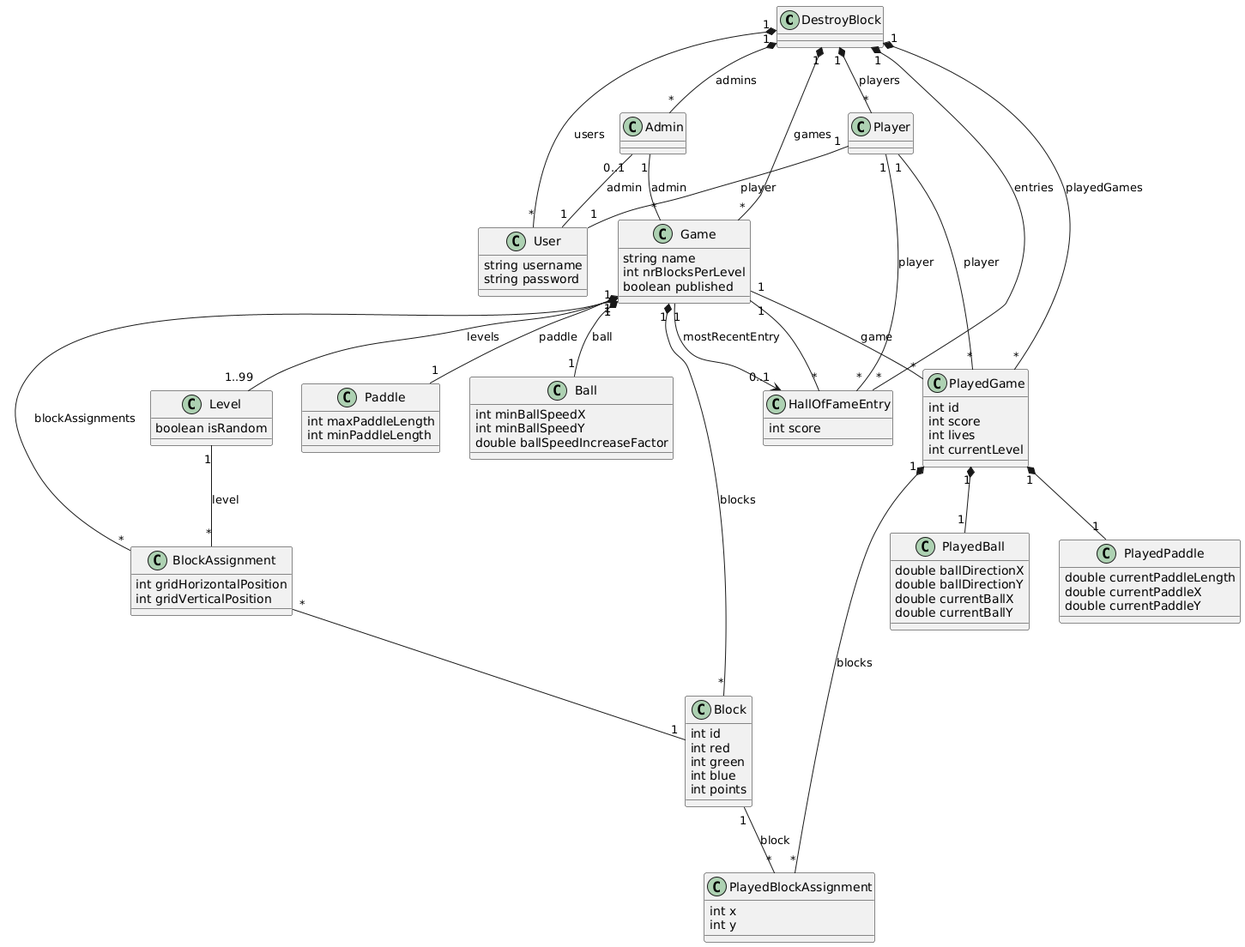
Charlotte-Verbruggen/GoldenUMLmodelset keeps this PlantUML diagram as dataset/DestroyBlockGame/plantuml.png. Above is the earlier version.
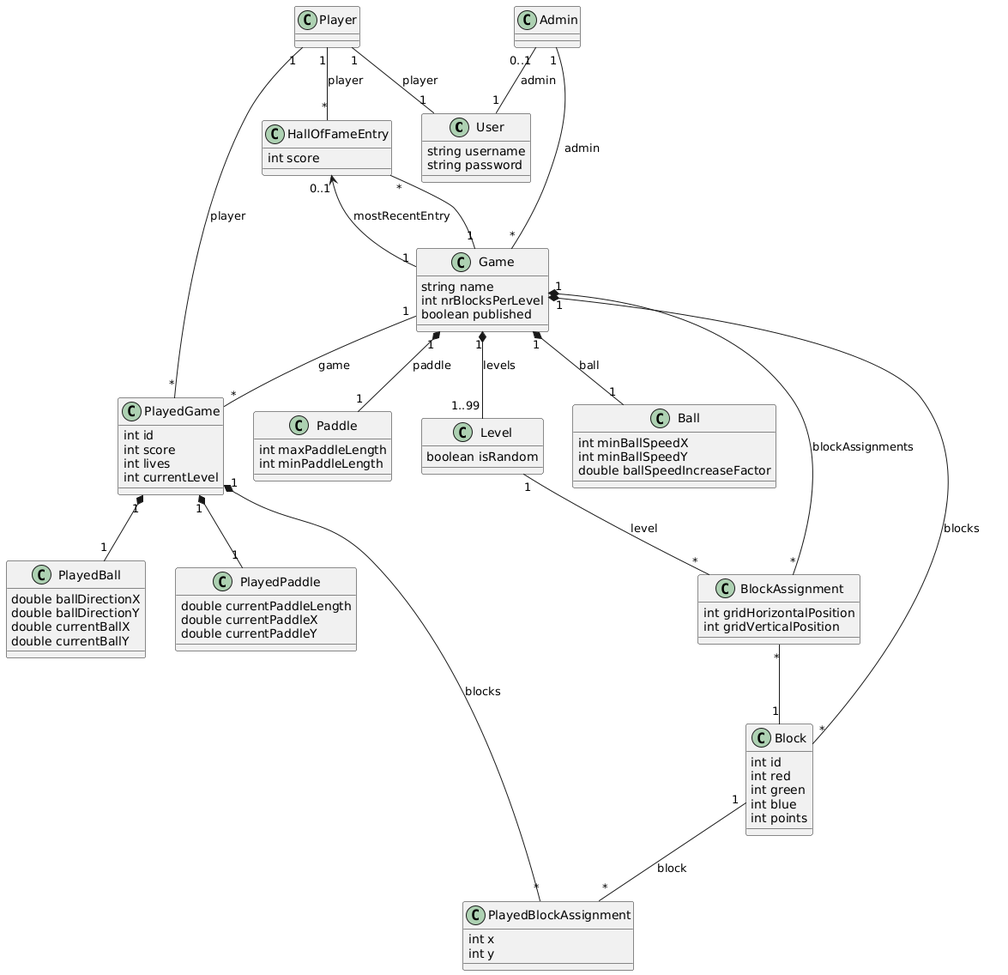
The same diagram one commit later.

Diff of the diagram source:
```diff
@@ -1,6 +1,4 @@
 @startuml
-class DestroyBlock {}
-
 class User {
     string username
     string password
@@ -72,12 +70,6 @@
 class Player {}
 class Admin {}
 
-DestroyBlock "1" *-- "*" User : users
-DestroyBlock "1" *-- "*" Admin : admins
-DestroyBlock "1" *-- "*" Player : players
-DestroyBlock "1" *-- "*" Game : games
-DestroyBlock "1" *-- "*" PlayedGame : playedGames
-DestroyBlock "1" *-- "*" HallOfFameEntry : entries
 
 Game "1" *-- "*" Block : blocks
 Game "1" *-- "1" Paddle : paddle
@@ -100,8 +92,6 @@
 
 Admin "1" -- "*" Game : admin
 
-
-
 BlockAssignment "*" -- "1" Block
 HallOfFameEntry "*" -- "1" Game
 
```
